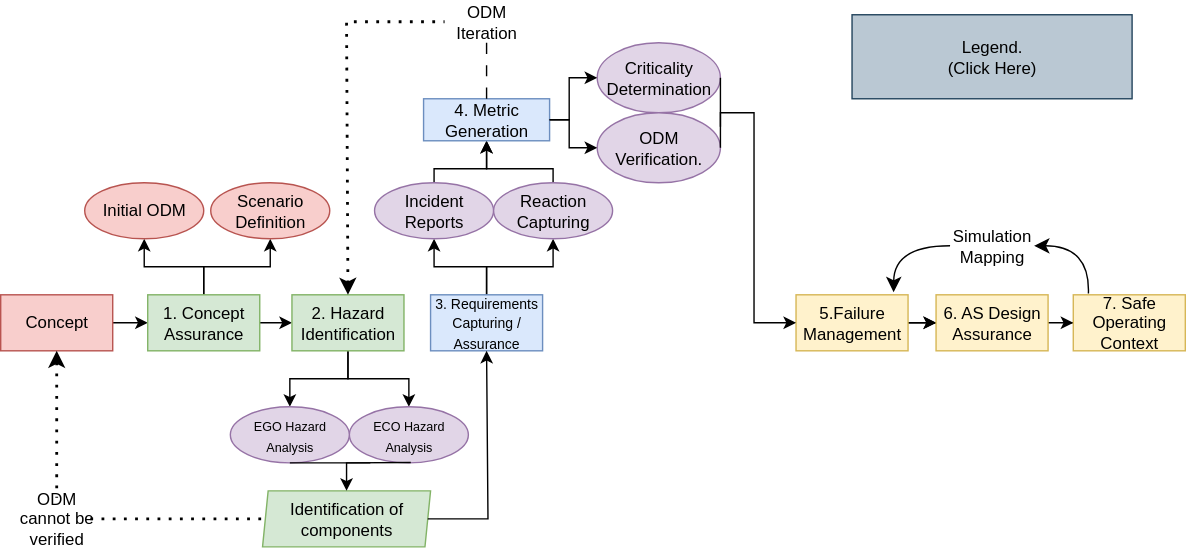
TortoiseFather/sacred-site keeps this draw.io diagram as assets/sacred-B170GjVk.svg. Above is the earlier version. Source tidied: cells renumbered, new cells last; positions are measured from the earlier drawing's top-left corner, leaving out a move shared by most shapes. Source of this version:
```xml
<mxGraphModel>
  <root>
    <mxCell id="0" />
    <mxCell id="1" parent="0" />
    <mxCell id="2" style="edgeStyle=orthogonalEdgeStyle;rounded=0;jettySize=auto;html=1;" parent="1" edge="1" source="3" target="7">
      <mxGeometry relative="1" as="geometry" />
    </mxCell>
    <mxCell id="3" value="Concept" style="rounded=0;whiteSpace=wrap;html=1;fillColor=#f8cecc;strokeColor=#b85450;" parent="1" vertex="1">
      <mxGeometry y="210" width="80" height="40" as="geometry" />
    </mxCell>
    <mxCell id="4" style="edgeStyle=orthogonalEdgeStyle;rounded=0;jettySize=auto;html=1;" parent="1" edge="1" source="7" target="10">
      <mxGeometry relative="1" as="geometry" />
    </mxCell>
    <mxCell id="5" style="edgeStyle=orthogonalEdgeStyle;rounded=0;jettySize=auto;html=1;entryX=0.5;entryY=1;entryDx=0;entryDy=0;" parent="1" edge="1" source="7" target="20">
      <mxGeometry relative="1" as="geometry" />
    </mxCell>
    <mxCell id="6" style="edgeStyle=orthogonalEdgeStyle;rounded=0;jettySize=auto;html=1;entryX=0.5;entryY=1;entryDx=0;entryDy=0;" parent="1" edge="1" source="7" target="19">
      <mxGeometry relative="1" as="geometry" />
    </mxCell>
    <mxCell id="7" value="1. Concept Assurance" style="rounded=0;whiteSpace=wrap;html=1;fillColor=#d5e8d4;strokeColor=#82b366;" parent="1" vertex="1">
      <mxGeometry x="105" y="210" width="80" height="40" as="geometry" />
    </mxCell>
    <mxCell id="8" style="edgeStyle=orthogonalEdgeStyle;rounded=0;jettySize=auto;html=1;entryX=0.5;entryY=0;entryDx=0;entryDy=0;" parent="1" edge="1" source="10" target="37">
      <mxGeometry relative="1" as="geometry" />
    </mxCell>
    <mxCell id="9" style="edgeStyle=orthogonalEdgeStyle;rounded=0;jettySize=auto;html=1;entryX=0.5;entryY=0;entryDx=0;entryDy=0;" parent="1" edge="1" source="10" target="38">
      <mxGeometry relative="1" as="geometry" />
    </mxCell>
    <mxCell id="10" value="2. Hazard Identification" style="rounded=0;whiteSpace=wrap;html=1;fillColor=#d5e8d4;strokeColor=#82b366;" parent="1" vertex="1">
      <mxGeometry x="208" y="210" width="80" height="40" as="geometry" />
    </mxCell>
    <mxCell id="11" style="edgeStyle=orthogonalEdgeStyle;rounded=0;jettySize=auto;html=1;" parent="1" edge="1" source="13" target="24">
      <mxGeometry relative="1" as="geometry" />
    </mxCell>
    <mxCell id="12" style="edgeStyle=orthogonalEdgeStyle;rounded=0;jettySize=auto;html=1;entryX=0.5;entryY=1;entryDx=0;entryDy=0;" parent="1" edge="1" source="13" target="22">
      <mxGeometry relative="1" as="geometry" />
    </mxCell>
    <mxCell id="13" value="&lt;font style=&quot;font-size: 10px;&quot;&gt;3. Requirements Capturing / Assurance&lt;/font&gt;" style="rounded=0;whiteSpace=wrap;html=1;fillColor=#dae8fc;strokeColor=#6c8ebf;" parent="1" vertex="1">
      <mxGeometry x="307" y="210" width="80" height="40" as="geometry" />
    </mxCell>
    <mxCell id="14" style="edgeStyle=orthogonalEdgeStyle;rounded=0;jettySize=auto;html=1;" parent="1" edge="1" source="16" target="18">
      <mxGeometry relative="1" as="geometry" />
    </mxCell>
    <mxCell id="15" style="edgeStyle=orthogonalEdgeStyle;rounded=0;jettySize=auto;html=1;" parent="1" edge="1" source="16" target="18">
      <mxGeometry relative="1" as="geometry" />
    </mxCell>
    <mxCell id="16" value="5.Failure Management" style="rounded=0;whiteSpace=wrap;html=1;fillColor=#fff2cc;strokeColor=#d6b656;" parent="1" vertex="1">
      <mxGeometry x="568" y="210" width="80" height="40" as="geometry" />
    </mxCell>
    <mxCell id="17" style="edgeStyle=orthogonalEdgeStyle;rounded=0;jettySize=auto;html=1;" parent="1" edge="1" source="18" target="25">
      <mxGeometry relative="1" as="geometry" />
    </mxCell>
    <mxCell id="18" value="6. AS Design Assurance" style="rounded=0;whiteSpace=wrap;html=1;fillColor=#fff2cc;strokeColor=#d6b656;" parent="1" vertex="1">
      <mxGeometry x="668" y="210" width="80" height="40" as="geometry" />
    </mxCell>
    <mxCell id="19" value="Initial ODM" style="ellipse;whiteSpace=wrap;html=1;fillColor=#f8cecc;strokeColor=#b85450;" parent="1" vertex="1">
      <mxGeometry x="60" y="130" width="85" height="40" as="geometry" />
    </mxCell>
    <mxCell id="20" value="Scenario Definition" style="ellipse;whiteSpace=wrap;html=1;fillColor=#f8cecc;strokeColor=#b85450;" parent="1" vertex="1">
      <mxGeometry x="150" y="130" width="85" height="40" as="geometry" />
    </mxCell>
    <mxCell id="21" style="edgeStyle=orthogonalEdgeStyle;rounded=0;jettySize=auto;html=1;" parent="1" edge="1" source="22" target="26">
      <mxGeometry relative="1" as="geometry">
        <Array as="points">
          <mxPoint x="310" y="120" />
          <mxPoint x="347" y="120" />
        </Array>
      </mxGeometry>
    </mxCell>
    <mxCell id="22" value="Incident Reports" style="ellipse;whiteSpace=wrap;html=1;fillColor=#e1d5e7;strokeColor=#9673a6;" parent="1" vertex="1">
      <mxGeometry x="267" y="130" width="85" height="40" as="geometry" />
    </mxCell>
    <mxCell id="23" style="edgeStyle=orthogonalEdgeStyle;rounded=0;jettySize=auto;html=1;" parent="1" edge="1" source="24" target="26">
      <mxGeometry relative="1" as="geometry">
        <Array as="points">
          <mxPoint x="395" y="120" />
          <mxPoint x="347" y="120" />
        </Array>
      </mxGeometry>
    </mxCell>
    <mxCell id="24" value="Reaction Capturing" style="ellipse;whiteSpace=wrap;html=1;fillColor=#e1d5e7;strokeColor=#9673a6;" parent="1" vertex="1">
      <mxGeometry x="352" y="130" width="85" height="40" as="geometry" />
    </mxCell>
    <mxCell id="25" value="7. Safe Operating Context" style="rounded=0;whiteSpace=wrap;html=1;fillColor=#fff2cc;strokeColor=#d6b656;" parent="1" vertex="1">
      <mxGeometry x="766" y="210" width="80" height="40" as="geometry" />
    </mxCell>
    <mxCell id="26" value="4. Metric Generation" style="whiteSpace=wrap;html=1;fillColor=#dae8fc;strokeColor=#6c8ebf;" parent="1" vertex="1">
      <mxGeometry x="302" y="70" width="90" height="30" as="geometry" />
    </mxCell>
    <mxCell id="27" value="Criticality Determination" style="ellipse;whiteSpace=wrap;html=1;fillColor=#e1d5e7;strokeColor=#9673a6;" parent="1" vertex="1">
      <mxGeometry x="426" y="30" width="88" height="50" as="geometry" />
    </mxCell>
    <mxCell id="28" value="ODM Verification." style="ellipse;whiteSpace=wrap;html=1;fillColor=#e1d5e7;strokeColor=#9673a6;" parent="1" vertex="1">
      <mxGeometry x="426" y="80" width="88" height="50" as="geometry" />
    </mxCell>
    <mxCell id="29" style="endArrow=classic;html=1;rounded=0;exitX=1;exitY=0.5;exitDx=0;exitDy=0;entryX=0;entryY=0.5;entryDx=0;entryDy=0;" parent="1" edge="1" source="26" target="27">
      <mxGeometry relative="1" as="geometry">
        <Array as="points">
          <mxPoint x="406" y="85" />
          <mxPoint x="406" y="55" />
        </Array>
      </mxGeometry>
    </mxCell>
    <mxCell id="30" style="endArrow=classic;html=1;rounded=0;exitX=1;exitY=0.5;exitDx=0;exitDy=0;entryX=0;entryY=0.5;entryDx=0;entryDy=0;" parent="1" edge="1" source="26" target="28">
      <mxGeometry relative="1" as="geometry">
        <Array as="points">
          <mxPoint x="406" y="85" />
          <mxPoint x="406" y="105" />
        </Array>
      </mxGeometry>
    </mxCell>
    <mxCell id="31" style="endArrow=classic;html=1;rounded=0;entryX=0;entryY=0.5;entryDx=0;entryDy=0;exitX=1;exitY=0.5;exitDx=0;exitDy=0;" parent="1" edge="1" source="28" target="16">
      <mxGeometry relative="1" as="geometry">
        <Array as="points">
          <mxPoint x="514" y="80" />
          <mxPoint x="538" y="80" />
          <mxPoint x="538" y="230" />
        </Array>
      </mxGeometry>
    </mxCell>
    <mxCell id="32" style="endArrow=none;html=1;rounded=0;entryX=1;entryY=0.5;entryDx=0;entryDy=0;" parent="1" edge="1" target="27">
      <mxGeometry relative="1" as="geometry">
        <mxPoint x="514" y="90" as="sourcePoint" />
      </mxGeometry>
    </mxCell>
    <mxCell id="33" style="edgeStyle=orthogonalEdgeStyle;rounded=0;jettySize=auto;html=1;entryX=0.5;entryY=0;entryDx=0;entryDy=0;endArrow=none;endFill=0;dashed=1;dashPattern=8 8;" parent="1" edge="1" source="34" target="26">
      <mxGeometry relative="1" as="geometry" />
    </mxCell>
    <mxCell id="34" value="&lt;div&gt;ODM Iteration&lt;/div&gt;" style="text;html=1;strokeColor=none;fillColor=none;align=center;verticalAlign=middle;whiteSpace=wrap;rounded=0;" parent="1" vertex="1">
      <mxGeometry x="317" width="60" height="30" as="geometry" />
    </mxCell>
    <mxCell id="35" style="endArrow=none;dashed=1;html=1;dashPattern=1 3;strokeWidth=2;rounded=0;entryX=0;entryY=0.5;entryDx=0;entryDy=0;exitX=0.5;exitY=0;exitDx=0;exitDy=0;endFill=0;startArrow=classic;startFill=1;" parent="1" edge="1" source="10" target="34">
      <mxGeometry relative="1" as="geometry">
        <Array as="points">
          <mxPoint x="247" y="15" />
        </Array>
      </mxGeometry>
    </mxCell>
    <mxCell id="36" value="&lt;div&gt;Identification of components&lt;/div&gt;" style="shape=parallelogram;perimeter=parallelogramPerimeter;whiteSpace=wrap;html=1;fixedSize=1;size=4;fillColor=#d5e8d4;strokeColor=#82b366;" parent="1" vertex="1">
      <mxGeometry x="187" y="350" width="120" height="40" as="geometry" />
    </mxCell>
    <mxCell id="37" value="&lt;font style=&quot;font-size: 9px;&quot;&gt;ECO Hazard Analysis&lt;/font&gt;" style="ellipse;whiteSpace=wrap;html=1;fillColor=#e1d5e7;strokeColor=#9673a6;" parent="1" vertex="1">
      <mxGeometry x="249" y="290" width="85" height="40" as="geometry" />
    </mxCell>
    <mxCell id="38" value="&lt;font style=&quot;font-size: 9px;&quot;&gt;EGO Hazard Analysis&lt;/font&gt;" style="ellipse;whiteSpace=wrap;html=1;fillColor=#e1d5e7;strokeColor=#9673a6;" parent="1" vertex="1">
      <mxGeometry x="164" y="290" width="85" height="40" as="geometry" />
    </mxCell>
    <mxCell id="39" style="endArrow=classic;html=1;rounded=0;exitX=0.516;exitY=0.995;exitDx=0;exitDy=0;exitPerimeter=0;entryX=0.5;entryY=0;entryDx=0;entryDy=0;" parent="1" edge="1" source="37" target="36">
      <mxGeometry relative="1" as="geometry">
        <Array as="points">
          <mxPoint x="247" y="330" />
        </Array>
      </mxGeometry>
    </mxCell>
    <mxCell id="40" style="endArrow=none;html=1;rounded=0;exitX=0.5;exitY=1;exitDx=0;exitDy=0;endFill=0;" parent="1" edge="1" source="38">
      <mxGeometry relative="1" as="geometry">
        <mxPoint x="264" y="330" as="targetPoint" />
      </mxGeometry>
    </mxCell>
    <mxCell id="41" style="endArrow=classic;html=1;rounded=0;entryX=0.5;entryY=1;entryDx=0;entryDy=0;exitX=1;exitY=0.5;exitDx=0;exitDy=0;" parent="1" edge="1" source="36" target="13">
      <mxGeometry relative="1" as="geometry">
        <Array as="points">
          <mxPoint x="348" y="370" />
        </Array>
      </mxGeometry>
    </mxCell>
    <mxCell id="42" style="endArrow=none;dashed=1;html=1;dashPattern=1 3;strokeWidth=2;rounded=0;entryX=0;entryY=0.5;entryDx=0;entryDy=0;endFill=0;startArrow=none;startFill=0;" parent="1" edge="1" target="36">
      <mxGeometry relative="1" as="geometry">
        <mxPoint x="64" y="370" as="sourcePoint" />
        <Array as="points">
          <mxPoint x="84" y="370" />
        </Array>
      </mxGeometry>
    </mxCell>
    <mxCell id="43" style="endArrow=none;dashed=1;html=1;dashPattern=1 3;strokeWidth=2;rounded=0;entryX=0.5;entryY=0;entryDx=0;entryDy=0;exitX=0.5;exitY=1;exitDx=0;exitDy=0;endFill=0;startArrow=classic;startFill=1;" parent="1" edge="1" source="3" target="44">
      <mxGeometry relative="1" as="geometry" />
    </mxCell>
    <mxCell id="44" value="ODM cannot be verified" style="text;html=1;align=center;verticalAlign=middle;whiteSpace=wrap;rounded=0;" parent="1" vertex="1">
      <mxGeometry x="10" y="355" width="60" height="30" as="geometry" />
    </mxCell>
    <mxCell id="45" value="Simulation Mapping" style="text;html=1;align=center;verticalAlign=middle;whiteSpace=wrap;rounded=0;" parent="1" vertex="1">
      <mxGeometry x="678" y="160" width="60" height="30" as="geometry" />
    </mxCell>
    <mxCell id="46" style="endArrow=classic;html=1;rounded=0;fontSize=12;startSize=8;endSize=8;curved=1;entryX=1;entryY=0.5;entryDx=0;entryDy=0;exitX=0.135;exitY=-0.025;exitDx=0;exitDy=0;exitPerimeter=0;" parent="1" edge="1" source="25" target="45">
      <mxGeometry relative="1" as="geometry">
        <Array as="points">
          <mxPoint x="778" y="175" />
        </Array>
      </mxGeometry>
    </mxCell>
    <mxCell id="47" style="endArrow=classic;html=1;rounded=0;fontSize=12;startSize=8;endSize=8;curved=1;entryX=0.871;entryY=-0.046;entryDx=0;entryDy=0;exitX=0;exitY=0.5;exitDx=0;exitDy=0;entryPerimeter=0;" parent="1" edge="1" source="45" target="16">
      <mxGeometry relative="1" as="geometry">
        <Array as="points">
          <mxPoint x="638" y="175" />
        </Array>
      </mxGeometry>
    </mxCell>
    <mxCell id="48" value="&lt;div&gt;Legend.&lt;/div&gt;&lt;div&gt;(Click Here)&lt;/div&gt;" style="rounded=0;whiteSpace=wrap;html=1;fillColor=#bac8d3;strokeColor=#23445d;" parent="1" vertex="1">
      <mxGeometry x="608" y="10" width="200" height="60" as="geometry" />
    </mxCell>
  </root>
</mxGraphModel>
```
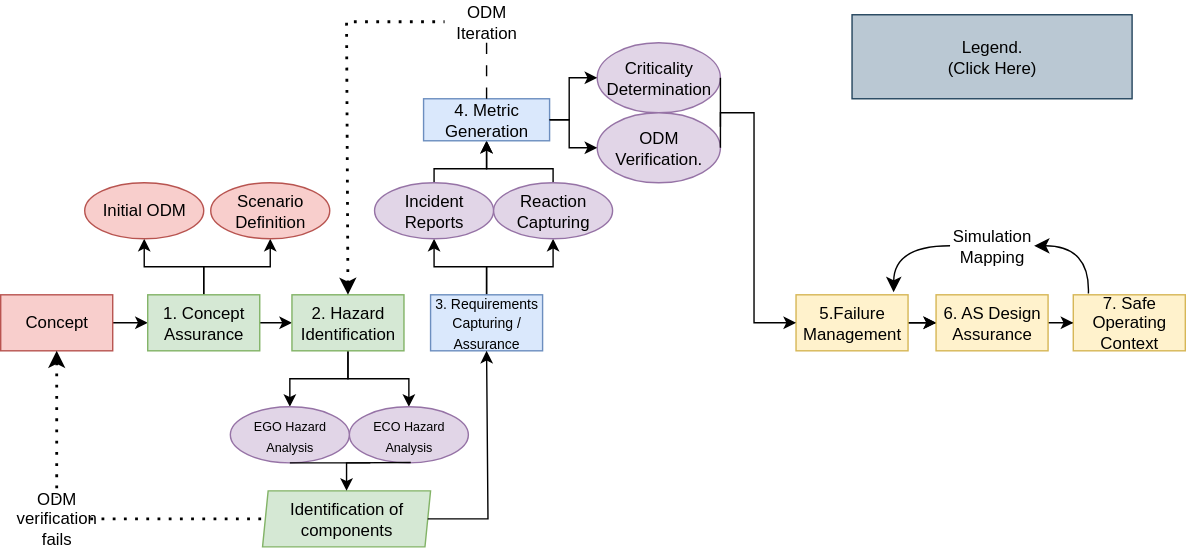
After the commit.

What changed in the source:
```diff
@@ -175,7 +175,7 @@
     <mxCell id="43" style="endArrow=none;dashed=1;html=1;dashPattern=1 3;strokeWidth=2;rounded=0;entryX=0.5;entryY=0;entryDx=0;entryDy=0;exitX=0.5;exitY=1;exitDx=0;exitDy=0;endFill=0;startArrow=classic;startFill=1;" parent="1" edge="1" source="3" target="44">
       <mxGeometry relative="1" as="geometry" />
     </mxCell>
-    <mxCell id="44" value="ODM cannot be verified" style="text;html=1;align=center;verticalAlign=middle;whiteSpace=wrap;rounded=0;" parent="1" vertex="1">
+    <mxCell id="44" value="ODM verification fails" style="text;html=1;align=center;verticalAlign=middle;whiteSpace=wrap;rounded=0;" parent="1" vertex="1">
       <mxGeometry x="10" y="355" width="60" height="30" as="geometry" />
     </mxCell>
     <mxCell id="45" value="Simulation Mapping" style="text;html=1;align=center;verticalAlign=middle;whiteSpace=wrap;rounded=0;" parent="1" vertex="1">
```
